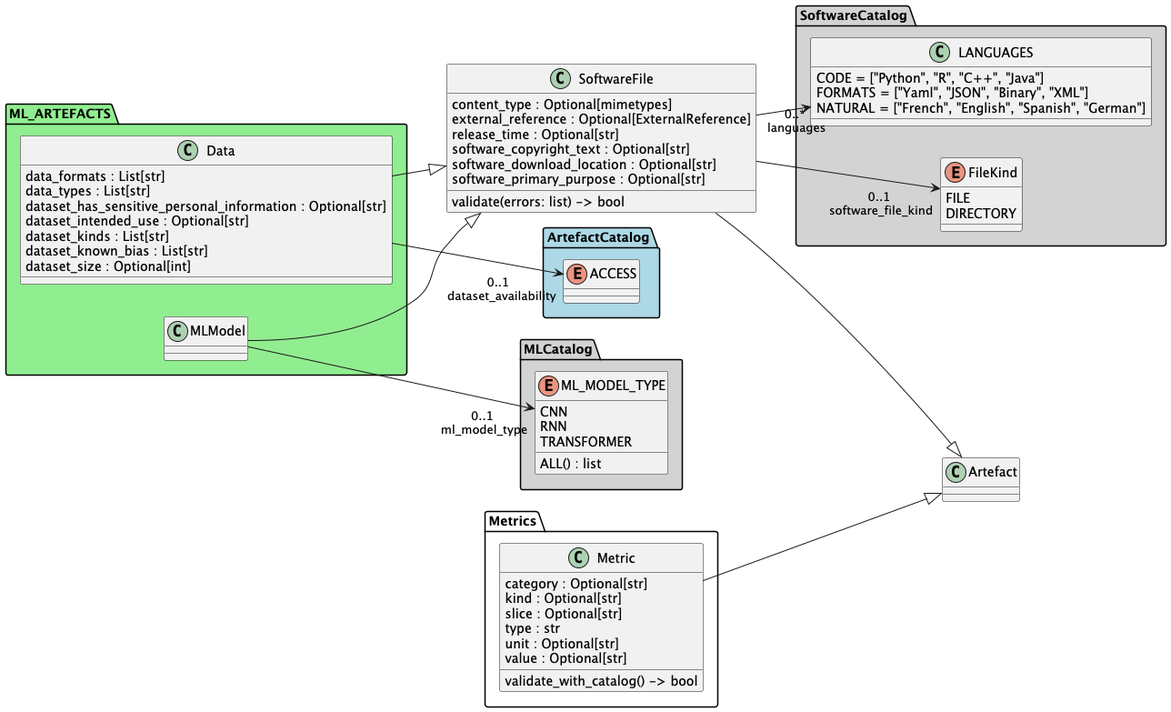
This is docs/images/structure/MLartefacts.png from colombus-dev/metamodel4manifest, a PlantUML export, as it was before one commit. The source it was exported from:
```plantuml
@startuml
left to right direction

package "ArtefactCatalog" #lightblue{
 enum "ACCESS" as ACCESS {
 }

 }

package SoftwareCatalog #lightgrey{
  enum "FileKind" as FileKind {
     FILE
     DIRECTORY
     }

class LANGUAGES{
        CODE = ["Python", "R", "C++", "Java"]
        FORMATS = ["Yaml", "JSON", "Binary", "XML"]
        NATURAL = ["French", "English", "Spanish", "German"]
}
}


class "Artefact" as Artefact {
}


class "SoftwareFile" as SoftwareFile {
  content_type : Optional[mimetypes]
  external_reference : Optional[ExternalReference]
  release_time : Optional[str]
  software_copyright_text : Optional[str]
  software_download_location : Optional[str]
  software_primary_purpose : Optional[str]
  validate(errors: list) -> bool
}

SoftwareFile --|> Artefact
SoftwareFile --> "0..1\n software_file_kind" FileKind
SoftwareFile --> "0..*\n languages" LANGUAGES


package MLCatalog #lightgrey{

 enum "ML_MODEL_TYPE" as ML_MODEL_TYPE {
   ALL() : list
   CNN
   RNN
   TRANSFORMER
 }
 }

package ML_ARTEFACTS #lightgreen{

class "Data" as Data {
  data_formats : List[str]
  data_types : List[str]
  dataset_has_sensitive_personal_information : Optional[str]
  dataset_intended_use : Optional[str]
  dataset_kinds : List[str]
  dataset_known_bias : List[str]
  dataset_size : Optional[int]
}
Data --|> SoftwareFile
Data --> "0..1 \n dataset_availability" ACCESS


class "MLModel" as MLModel {
}
MLModel --|> SoftwareFile
MLModel --> "0..1\n ml_model_type" ML_MODEL_TYPE
}
package Metrics{
class "Metric" as Metric {
  category : Optional[str]
  kind : Optional[str]
  slice : Optional[str]
  type : str
  unit : Optional[str]
  value : Optional[str]
  validate_with_catalog() -> bool
}
}
Metric --|> Artefact

@enduml
```
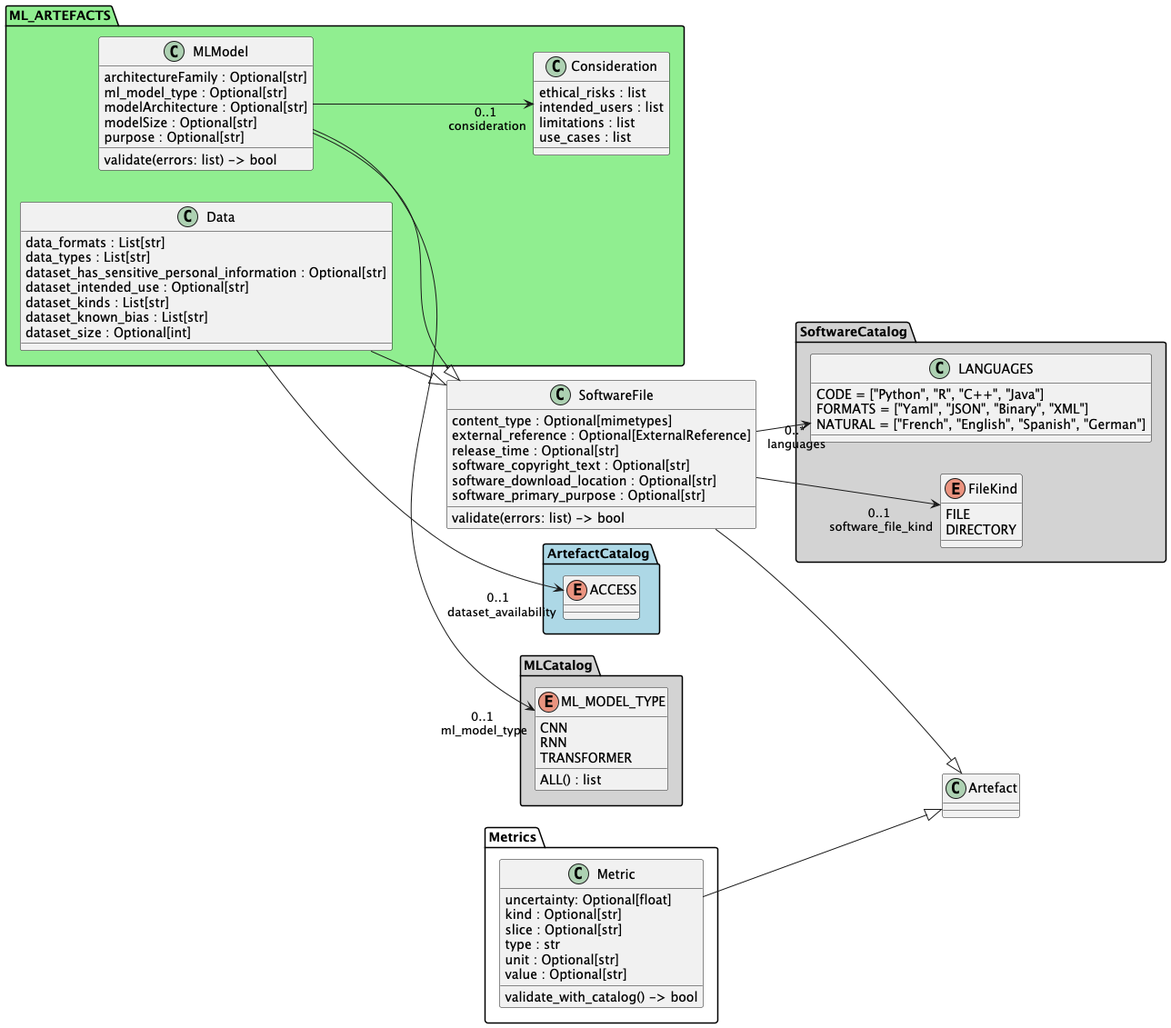
Later version of the same file.

Diff of the diagram source:
```diff
@@ -66,13 +66,28 @@
 
 
 class "MLModel" as MLModel {
+  architectureFamily : Optional[str]
+  ml_model_type : Optional[str]
+  modelArchitecture : Optional[str]
+  modelSize : Optional[str]
+  purpose : Optional[str]
+  validate(errors: list) -> bool
 }
+MLModel --> "0..1\n consideration" Consideration
 MLModel --|> SoftwareFile
 MLModel --> "0..1\n ml_model_type" ML_MODEL_TYPE
+
+class "Consideration" as Consideration {
+  ethical_risks : list
+  intended_users : list
+  limitations : list
+  use_cases : list
 }
+}
+
 package Metrics{
 class "Metric" as Metric {
-  category : Optional[str]
+  uncertainty: Optional[float]
   kind : Optional[str]
   slice : Optional[str]
   type : str
```
